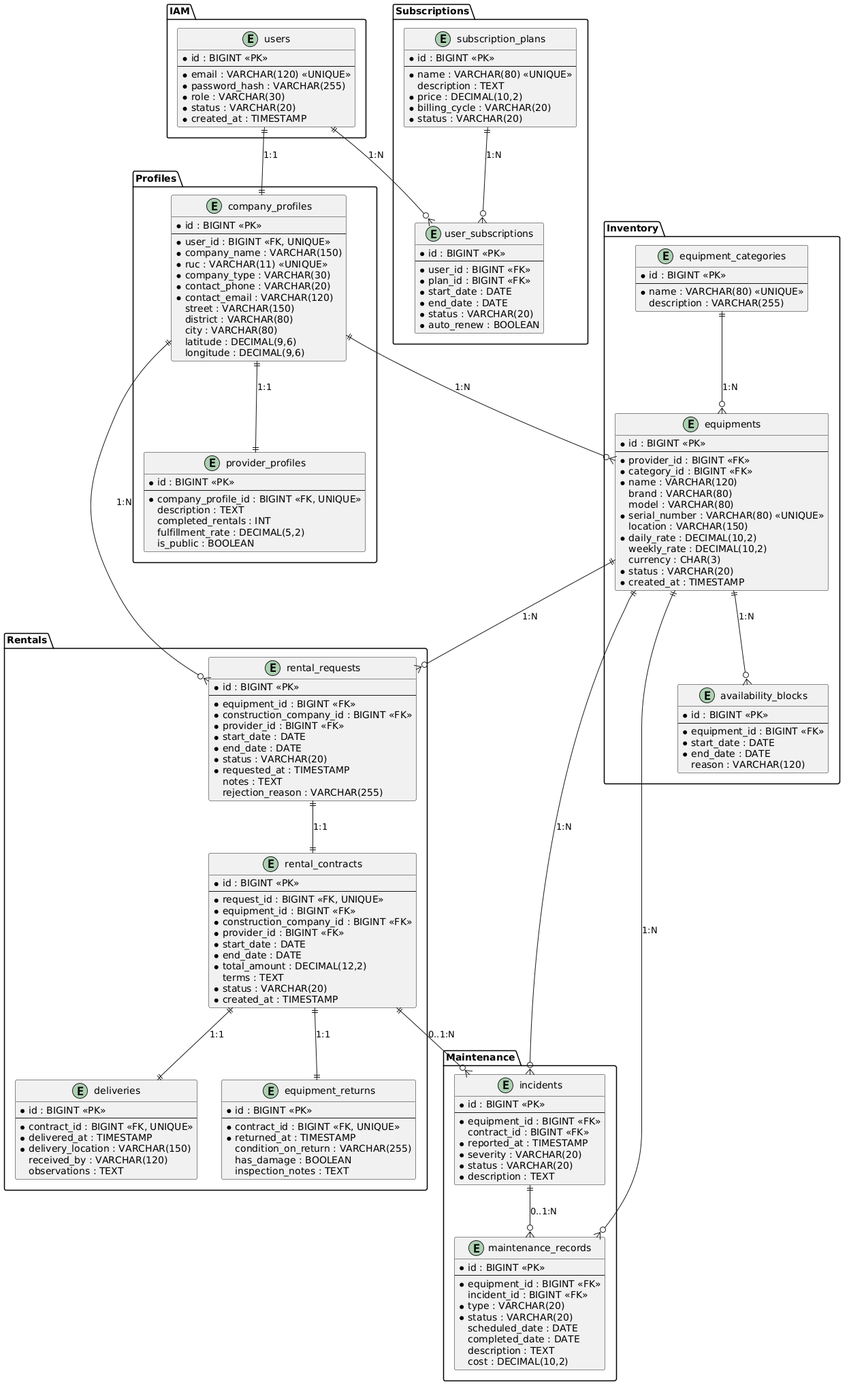
This is assets/md-images-chapter4/database-diagram.png from upc-pre-202620-1asi0730-8093-dataflux/dataflux-project-report, a PlantUML export, as it was before one commit.
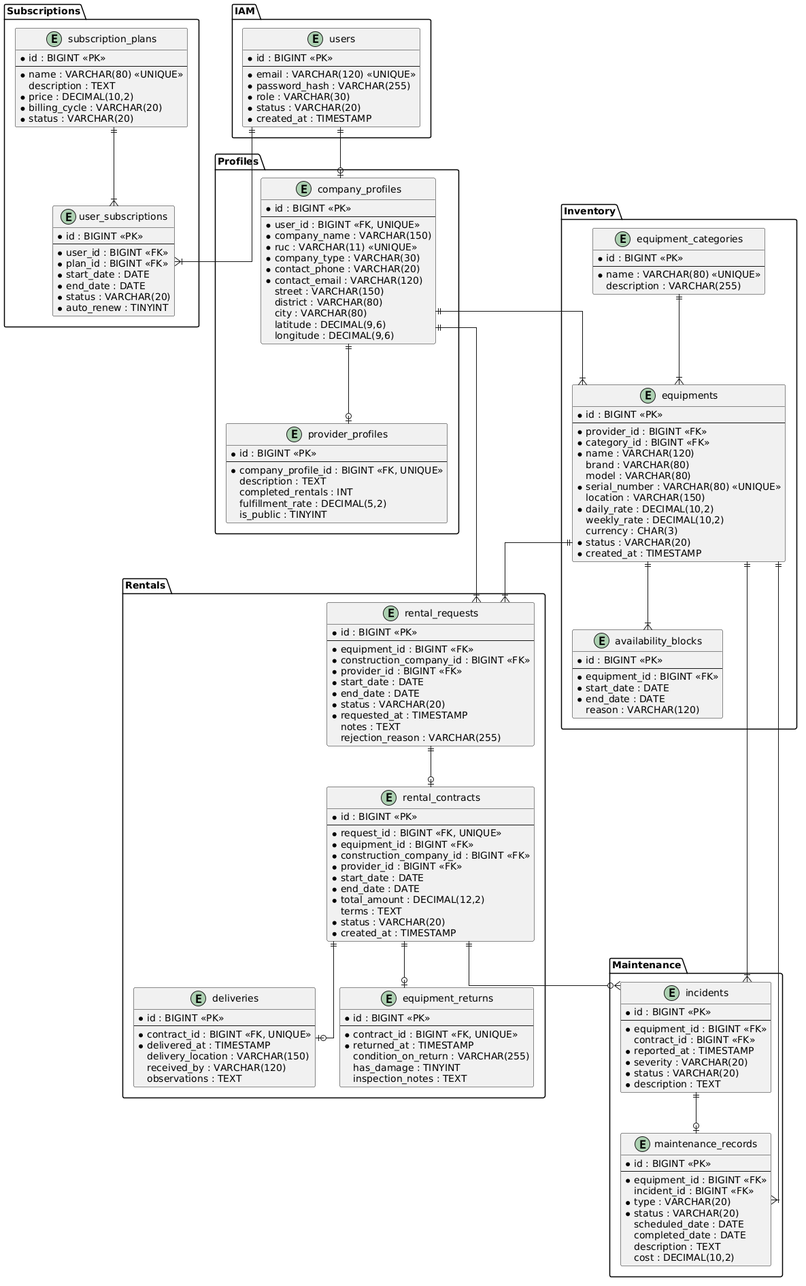
The same diagram one commit later.

Commit message:
docs(database-diagram): fix database diagram.

Diff of the diagram source:
```diff
@@ -1,9 +1,12 @@
 @startuml
+skinparam roundcorner 5
+skinparam linetype ortho
+
 package "IAM" {
     entity "users" as users {
-        * id : BIGINT <<PK>>
+        * id : BIGINT «PK»
         --
-        * email : VARCHAR(120) <<UNIQUE>>
+        * email : VARCHAR(120) «UNIQUE»
         * password_hash : VARCHAR(255)
         * role : VARCHAR(30)
         * status : VARCHAR(20)
@@ -11,13 +14,36 @@
     }
 }
 
+package "Subscriptions" {
+    entity "subscription_plans" as subscription_plans {
+        * id : BIGINT «PK»
+        --
+        * name : VARCHAR(80) «UNIQUE»
+        description : TEXT
+        * price : DECIMAL(10,2)
+        * billing_cycle : VARCHAR(20)
+        * status : VARCHAR(20)
+    }
+
+    entity "user_subscriptions" as user_subscriptions {
+        * id : BIGINT «PK»
+        --
+        * user_id : BIGINT «FK»
+        * plan_id : BIGINT «FK»
+        * start_date : DATE
+        * end_date : DATE
+        * status : VARCHAR(20)
+        * auto_renew : TINYINT
+    }
+}
+
 package "Profiles" {
     entity "company_profiles" as company_profiles {
-        * id : BIGINT <<PK>>
+        * id : BIGINT «PK»
         --
-        * user_id : BIGINT <<FK, UNIQUE>>
+        * user_id : BIGINT «FK, UNIQUE»
         * company_name : VARCHAR(150)
-        * ruc : VARCHAR(11) <<UNIQUE>>
+        * ruc : VARCHAR(11) «UNIQUE»
         * company_type : VARCHAR(30)
         * contact_phone : VARCHAR(20)
         * contact_email : VARCHAR(120)
@@ -29,56 +55,33 @@
     }
 
     entity "provider_profiles" as provider_profiles {
-        * id : BIGINT <<PK>>
+        * id : BIGINT «PK»
         --
-        * company_profile_id : BIGINT <<FK, UNIQUE>>
+        * company_profile_id : BIGINT «FK, UNIQUE»
         description : TEXT
         completed_rentals : INT
         fulfillment_rate : DECIMAL(5,2)
-        is_public : BOOLEAN
-    }
-}
-
-package "Subscriptions" {
-    entity "subscription_plans" as subscription_plans {
-        * id : BIGINT <<PK>>
-        --
-        * name : VARCHAR(80) <<UNIQUE>>
-        description : TEXT
-        * price : DECIMAL(10,2)
-        * billing_cycle : VARCHAR(20)
-        * status : VARCHAR(20)
-    }
-
-    entity "user_subscriptions" as user_subscriptions {
-        * id : BIGINT <<PK>>
-        --
-        * user_id : BIGINT <<FK>>
-        * plan_id : BIGINT <<FK>>
-        * start_date : DATE
-        * end_date : DATE
-        * status : VARCHAR(20)
-        * auto_renew : BOOLEAN
+        is_public : TINYINT
     }
 }
 
 package "Inventory" {
     entity "equipment_categories" as equipment_categories {
-        * id : BIGINT <<PK>>
+        * id : BIGINT «PK»
         --
-        * name : VARCHAR(80) <<UNIQUE>>
+        * name : VARCHAR(80) «UNIQUE»
         description : VARCHAR(255)
     }
 
     entity "equipments" as equipments {
-        * id : BIGINT <<PK>>
+        * id : BIGINT «PK»
         --
-        * provider_id : BIGINT <<FK>>
-        * category_id : BIGINT <<FK>>
+        * provider_id : BIGINT «FK»
+        * category_id : BIGINT «FK»
         * name : VARCHAR(120)
         brand : VARCHAR(80)
         model : VARCHAR(80)
-        * serial_number : VARCHAR(80) <<UNIQUE>>
+        * serial_number : VARCHAR(80) «UNIQUE»
         location : VARCHAR(150)
         * daily_rate : DECIMAL(10,2)
         weekly_rate : DECIMAL(10,2)
@@ -88,9 +91,9 @@
     }
 
     entity "availability_blocks" as availability_blocks {
-        * id : BIGINT <<PK>>
+        * id : BIGINT «PK»
         --
-        * equipment_id : BIGINT <<FK>>
+        * equipment_id : BIGINT «FK»
         * start_date : DATE
         * end_date : DATE
         reason : VARCHAR(120)
@@ -99,11 +102,11 @@
 
 package "Rentals" {
     entity "rental_requests" as rental_requests {
-        * id : BIGINT <<PK>>
+        * id : BIGINT «PK»
         --
-        * equipment_id : BIGINT <<FK>>
-        * construction_company_id : BIGINT <<FK>>
-        * provider_id : BIGINT <<FK>>
+        * equipment_id : BIGINT «FK»
+        * construction_company_id : BIGINT «FK»
+        * provider_id : BIGINT «FK»
         * start_date : DATE
         * end_date : DATE
         * status : VARCHAR(20)
@@ -113,12 +116,12 @@
     }
 
     entity "rental_contracts" as rental_contracts {
-        * id : BIGINT <<PK>>
+        * id : BIGINT «PK»
         --
-        * request_id : BIGINT <<FK, UNIQUE>>
-        * equipment_id : BIGINT <<FK>>
-        * construction_company_id : BIGINT <<FK>>
-        * provider_id : BIGINT <<FK>>
+        * request_id : BIGINT «FK, UNIQUE»
+        * equipment_id : BIGINT «FK»
+        * construction_company_id : BIGINT «FK»
+        * provider_id : BIGINT «FK»
         * start_date : DATE
         * end_date : DATE
         * total_amount : DECIMAL(12,2)
@@ -128,32 +131,32 @@
     }
 
     entity "deliveries" as deliveries {
-        * id : BIGINT <<PK>>
+        * id : BIGINT «PK»
         --
-        * contract_id : BIGINT <<FK, UNIQUE>>
+        * contract_id : BIGINT «FK, UNIQUE»
         * delivered_at : TIMESTAMP
-        * delivery_location : VARCHAR(150)
+        delivery_location : VARCHAR(150)
         received_by : VARCHAR(120)
         observations : TEXT
     }
 
     entity "equipment_returns" as equipment_returns {
-        * id : BIGINT <<PK>>
+        * id : BIGINT «PK»
         --
-        * contract_id : BIGINT <<FK, UNIQUE>>
+        * contract_id : BIGINT «FK, UNIQUE»
         * returned_at : TIMESTAMP
         condition_on_return : VARCHAR(255)
-        has_damage : BOOLEAN
+        has_damage : TINYINT
         inspection_notes : TEXT
     }
 }
 
 package "Maintenance" {
     entity "incidents" as incidents {
-        * id : BIGINT <<PK>>
+        * id : BIGINT «PK»
         --
-        * equipment_id : BIGINT <<FK>>
-        contract_id : BIGINT <<FK>>
+        * equipment_id : BIGINT «FK»
+        contract_id : BIGINT «FK»
         * reported_at : TIMESTAMP
         * severity : VARCHAR(20)
         * status : VARCHAR(20)
@@ -161,10 +164,10 @@
     }
 
     entity "maintenance_records" as maintenance_records {
-        * id : BIGINT <<PK>>
+        * id : BIGINT «PK»
         --
-        * equipment_id : BIGINT <<FK>>
-        incident_id : BIGINT <<FK>>
+        * equipment_id : BIGINT «FK»
+        incident_id : BIGINT «FK»
         * type : VARCHAR(20)
         * status : VARCHAR(20)
         scheduled_date : DATE
@@ -174,24 +177,24 @@
     }
 }
 
-users ||--|| company_profiles : "1:1"
-company_profiles ||--|| provider_profiles : "1:1"
+users ||--o| company_profiles
+users ||--|{ user_subscriptions
+subscription_plans ||--|{ user_subscriptions
 
-users ||--o{ user_subscriptions : "1:N"
-subscription_plans ||--o{ user_subscriptions : "1:N"
+company_profiles ||--o| provider_profiles
+company_profiles ||--|{ equipments
 
-company_profiles ||--o{ equipments : "1:N"
-equipment_categories ||--o{ equipments : "1:N"
-equipments ||--o{ availability_blocks : "1:N"
+equipment_categories ||--|{ equipments
+equipments ||--|{ availability_blocks
 
-equipments ||--o{ rental_requests : "1:N"
-company_profiles ||--o{ rental_requests : "1:N"
-rental_requests ||--|| rental_contracts : "1:1"
-rental_contracts ||--|| deliveries : "1:1"
-rental_contracts ||--|| equipment_returns : "1:1"
+equipments ||--|{ rental_requests
+company_profiles ||--|{ rental_requests
+rental_requests ||--o| rental_contracts
+rental_contracts ||--o| deliveries
+rental_contracts ||--o| equipment_returns
 
-equipments ||--o{ incidents : "1:N"
-rental_contracts ||--o{ incidents : "0..1:N"
-equipments ||--o{ maintenance_records : "1:N"
-incidents ||--o{ maintenance_records : "0..1:N"
+equipments ||--|{ incidents
+equipments ||--|{ maintenance_records
+incidents ||--o| maintenance_records
+rental_contracts ||--o{ incidents
 @enduml
```
